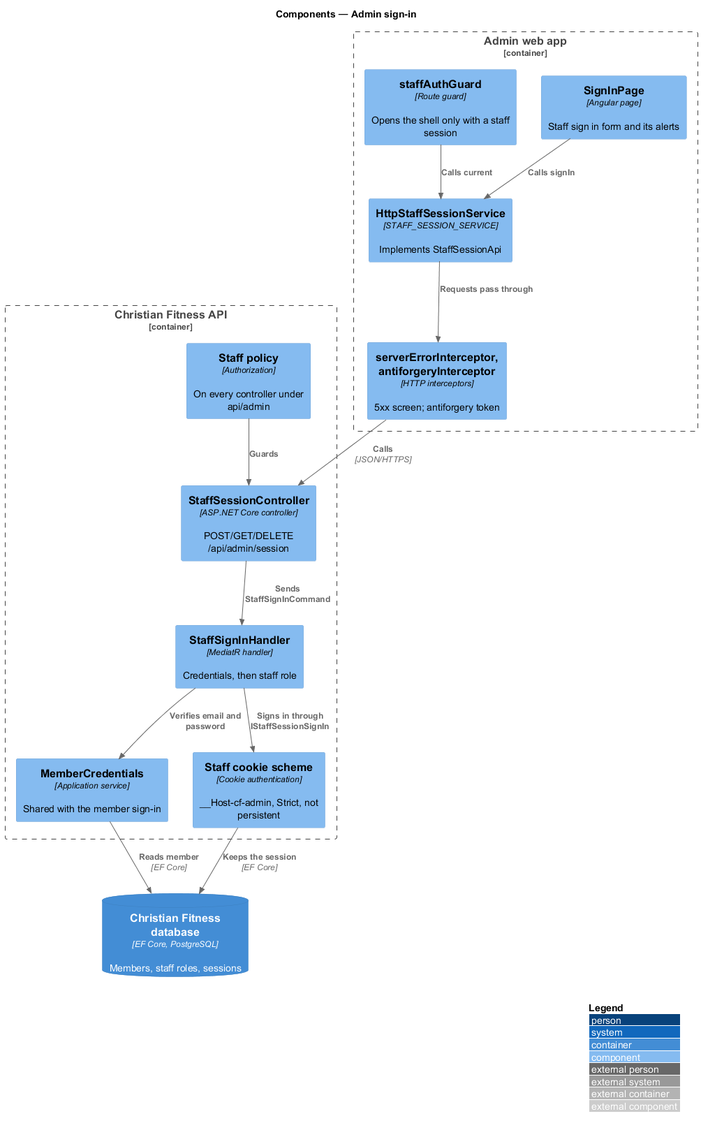
Above: docs/detailed-designs/admin-access/admin-sign-in/diagrams/c4-component.png in QuinntyneBrown/christian-fitness (PlantUML), before the change.
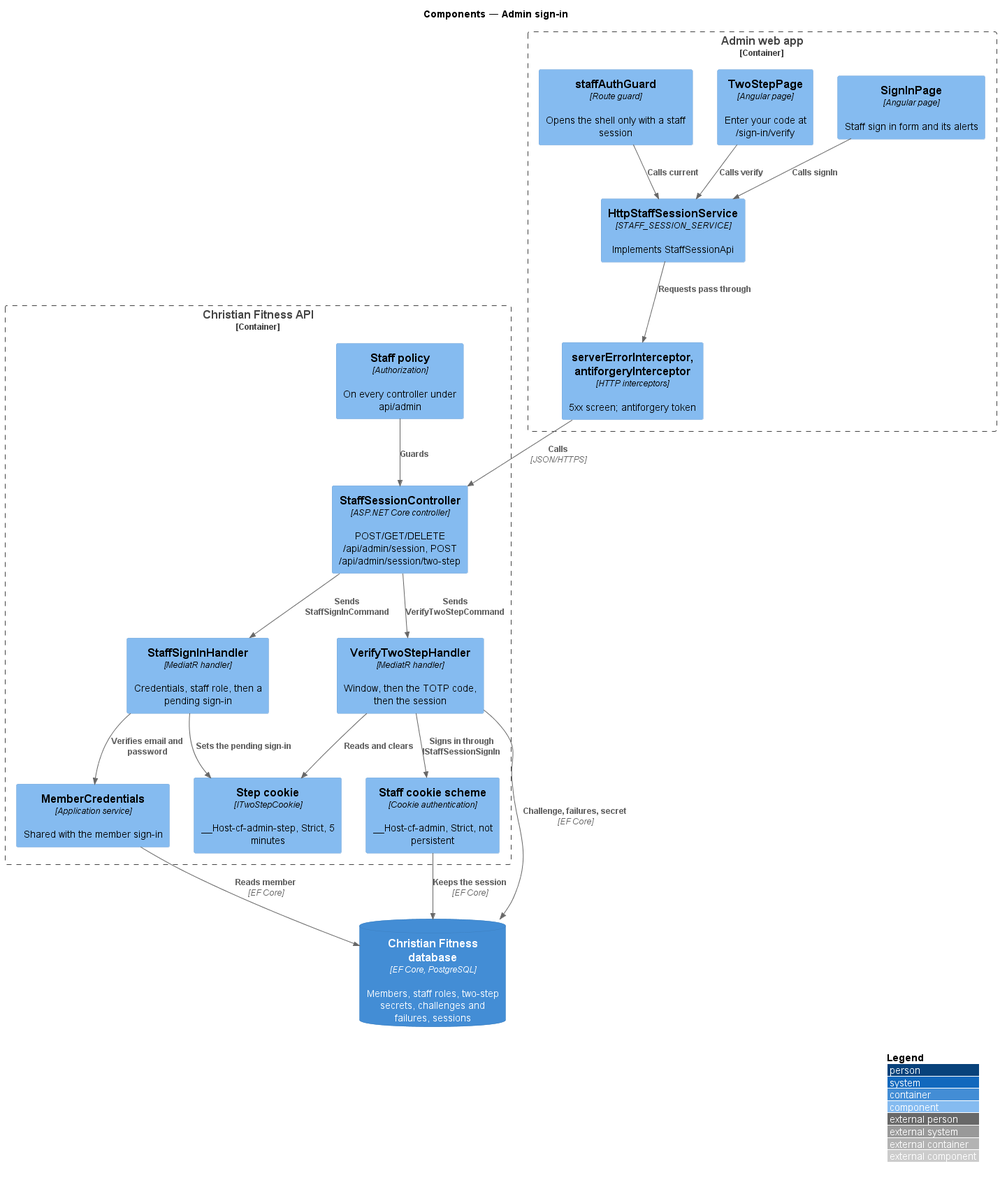
Above is the later version.

Diff of the diagram source:
```diff
@@ -5,27 +5,35 @@
 
 Container_Boundary(admin, "Admin web app") {
   Component(page, "SignInPage", "Angular page", "Staff sign in form and its alerts")
+  Component(step, "TwoStepPage", "Angular page", "Enter your code at /sign-in/verify")
   Component(svc, "HttpStaffSessionService", "STAFF_SESSION_SERVICE", "Implements StaffSessionApi")
   Component(guard, "staffAuthGuard", "Route guard", "Opens the shell only with a staff session")
   Component(icpt, "serverErrorInterceptor, antiforgeryInterceptor", "HTTP interceptors", "5xx screen; antiforgery token")
 }
 Container_Boundary(api, "Christian Fitness API") {
-  Component(ctrl, "StaffSessionController", "ASP.NET Core controller", "POST/GET/DELETE /api/admin/session")
+  Component(ctrl, "StaffSessionController", "ASP.NET Core controller", "POST/GET/DELETE /api/admin/session, POST /api/admin/session/two-step")
   Component(policy, "Staff policy", "Authorization", "On every controller under api/admin")
-  Component(handler, "StaffSignInHandler", "MediatR handler", "Credentials, then staff role")
+  Component(handler, "StaffSignInHandler", "MediatR handler", "Credentials, staff role, then a pending sign-in")
+  Component(verify, "VerifyTwoStepHandler", "MediatR handler", "Window, then the TOTP code, then the session")
+  Component(stepcookie, "Step cookie", "ITwoStepCookie", "__Host-cf-admin-step, Strict, 5 minutes")
   Component(creds, "MemberCredentials", "Application service", "Shared with the member sign-in")
   Component(cookie, "Staff cookie scheme", "Cookie authentication", "__Host-cf-admin, Strict, not persistent")
 }
-ContainerDb(db, "Christian Fitness database", "EF Core, PostgreSQL", "Members, staff roles, sessions")
+ContainerDb(db, "Christian Fitness database", "EF Core, PostgreSQL", "Members, staff roles, two-step secrets, challenges and failures, sessions")
 
 Rel(page, svc, "Calls signIn")
 Rel(guard, svc, "Calls current")
+Rel(step, svc, "Calls verify")
 Rel(svc, icpt, "Requests pass through")
 Rel(icpt, ctrl, "Calls", "JSON/HTTPS")
 Rel(policy, ctrl, "Guards")
 Rel(ctrl, handler, "Sends StaffSignInCommand")
 Rel(handler, creds, "Verifies email and password")
-Rel(handler, cookie, "Signs in through IStaffSessionSignIn")
+Rel(handler, stepcookie, "Sets the pending sign-in")
+Rel(ctrl, verify, "Sends VerifyTwoStepCommand")
+Rel(verify, stepcookie, "Reads and clears")
+Rel(verify, cookie, "Signs in through IStaffSessionSignIn")
+Rel(verify, db, "Challenge, failures, secret", "EF Core")
 Rel(creds, db, "Reads member", "EF Core")
 Rel(cookie, db, "Keeps the session", "EF Core")
 @enduml
```
